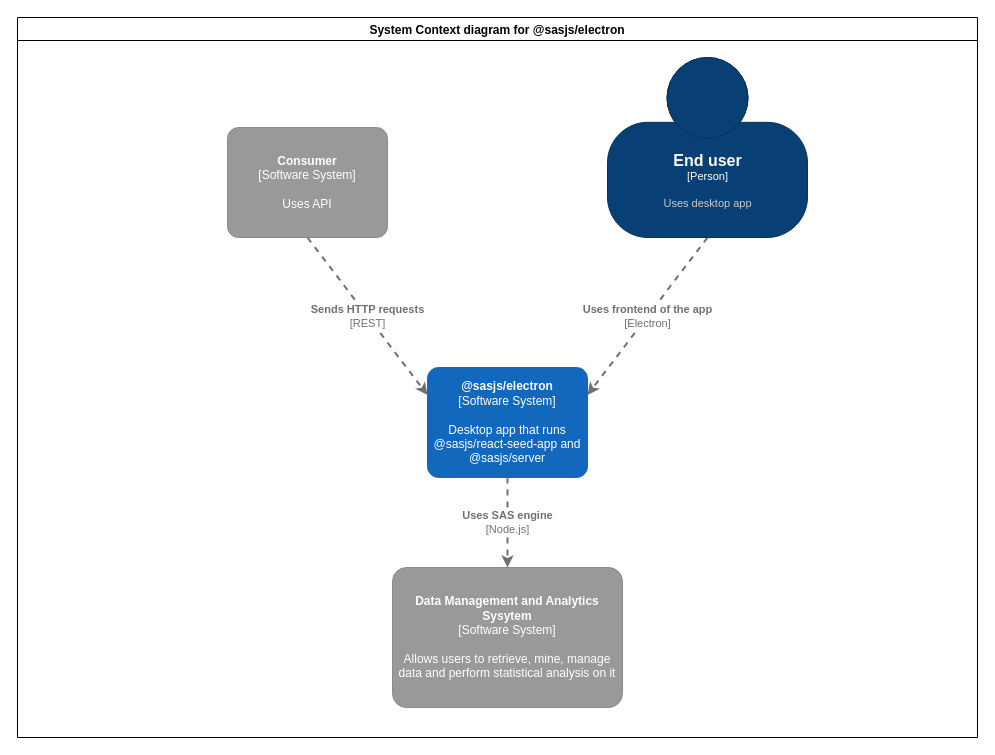
The draw.io diagram page "Context" (2 of 4) of c4model.drawio in sasjs/electron, before the edit. Source tidied: cells renumbered, new cells numbered last; positions are measured from the earlier drawing's top-left corner, leaving out a move shared by most shapes. Both pictures are drawn from the tidied source at 100%, with x=0, y=0 at pixel (17, 17).
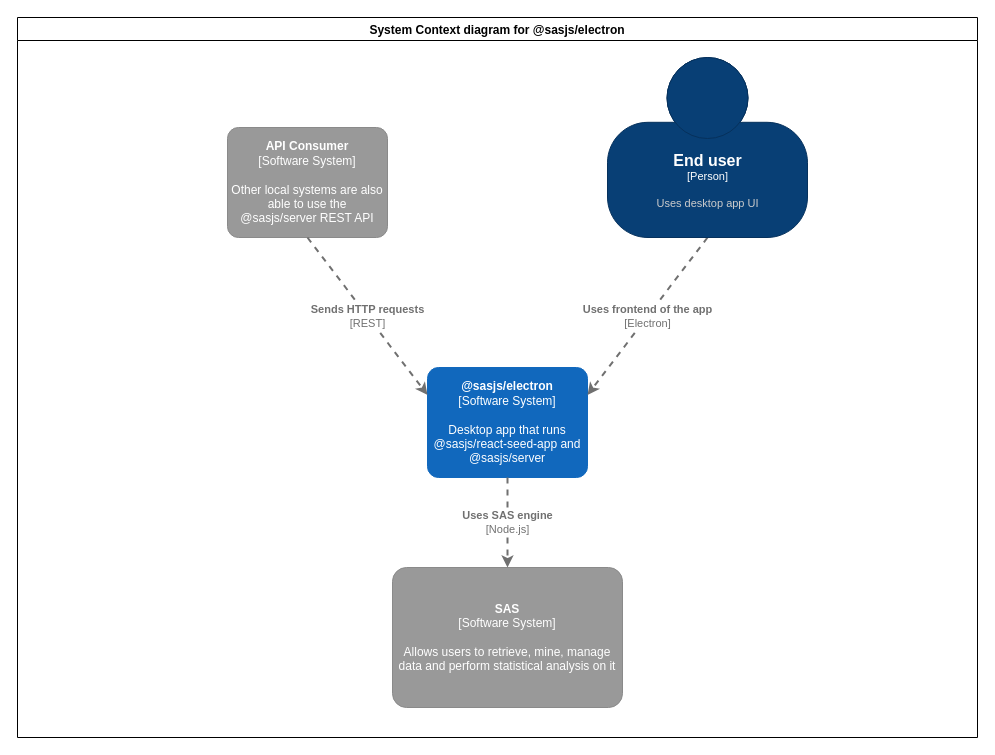
Above is the later version.

What changed in the source:
```diff
@@
 <mxGraphModel>
   <root>
     <mxCell id="0" />
     <mxCell id="1" parent="0" />
     <mxCell id="2" value="System Context diagram for @sasjs/electron" style="swimlane;" parent="1" vertex="1">
       <mxGeometry width="960" height="720" as="geometry" />
     </mxCell>
     <object id="3" label="&lt;b&gt;%c4Name%&lt;/b&gt;&lt;div&gt;[%c4Type%]&lt;/div&gt;&lt;br&gt;&lt;div&gt;%c4Description%&lt;/div&gt;" c4Description="Desktop app that runs @sasjs/react-seed-app and @sasjs/server" c4Name="@sasjs/electron" c4Type="Software System" placeholders="1">
       <mxCell style="rounded=1;whiteSpace=wrap;html=1;labelBackgroundColor=none;fillColor=#1168BD;fontColor=#ffffff;align=center;arcSize=10;strokeColor=#1168BD;metaData={&quot;c4Type&quot;:{&quot;editable&quot;:false}};points=[[0.25,0,0],[0.5,0,0],[0.75,0,0],[1,0.25,0],[1,0.5,0],[1,0.75,0],[0.75,1,0],[0.5,1,0],[0.25,1,0],[0,0.75,0],[0,0.5,0],[0,0.25,0]];" parent="2" vertex="1">
         <mxGeometry x="410" y="350" width="160" height="110" as="geometry" />
       </mxCell>
     </object>
     <object id="4" label="&lt;div style=&quot;text-align: left&quot;&gt;&lt;div style=&quot;text-align: center&quot;&gt;&lt;b&gt;%c4Description%&lt;/b&gt;&lt;/div&gt;&lt;div style=&quot;text-align: center&quot;&gt;[%c4Technology%]&lt;/div&gt;&lt;/div&gt;" c4Description="Uses frontend of the app" c4Technology="Electron" placeholders="1">
       <mxCell style="edgeStyle=none;rounded=0;html=1;jettySize=auto;strokeColor=#707070;strokeWidth=2;fontColor=#707070;jumpStyle=none;dashed=1;metaData={&quot;c4Type&quot;:{&quot;editable&quot;:false}};exitX=0.5;exitY=1;exitDx=0;exitDy=0;exitPerimeter=0;entryX=1;entryY=0.25;entryDx=0;entryDy=0;entryPerimeter=0;" parent="2" edge="1" source="5" target="3">
         <mxGeometry relative="1" as="geometry" />
       </mxCell>
     </object>
-    <object id="5" label="&lt;font style=&quot;font-size: 16px&quot;&gt;&lt;b&gt;%c4Name%&lt;/b&gt;&lt;/font&gt;&lt;div&gt;[%c4Type%]&lt;/div&gt;&lt;br&gt;&lt;div&gt;&lt;font style=&quot;font-size: 11px&quot;&gt;&lt;font color=&quot;#cccccc&quot;&gt;%c4Description%&lt;/font&gt;&lt;/div&gt;" c4Description="Uses desktop app" c4Name="End user" c4Type="Person" placeholders="1">
+    <object id="5" label="&lt;font style=&quot;font-size: 16px&quot;&gt;&lt;b&gt;%c4Name%&lt;/b&gt;&lt;/font&gt;&lt;div&gt;[%c4Type%]&lt;/div&gt;&lt;br&gt;&lt;div&gt;&lt;font style=&quot;font-size: 11px&quot;&gt;&lt;font color=&quot;#cccccc&quot;&gt;%c4Description%&lt;/font&gt;&lt;/div&gt;" c4Description="Uses desktop app UI" c4Name="End user" c4Type="Person" placeholders="1">
       <mxCell style="html=1;fontSize=11;dashed=0;whitespace=wrap;fillColor=#083F75;strokeColor=#06315C;fontColor=#ffffff;shape=mxgraph.c4.person2;align=center;points=[[0.5,0,0],[1,0.5,0],[1,0.75,0],[0.75,1,0],[0.5,1,0],[0.25,1,0],[0,0.75,0],[0,0.5,0]];" parent="2" vertex="1">
         <mxGeometry x="590" y="40" width="200" height="180" as="geometry" />
       </mxCell>
     </object>
-    <object id="6" label="&lt;b&gt;%c4Name%&lt;/b&gt;&lt;div&gt;[%c4Type%]&lt;/div&gt;&lt;br&gt;&lt;div&gt;%c4Description%&lt;/div&gt;" c4Description="Uses API" c4Name="Consumer" c4Type="Software System" placeholders="1">
+    <object id="6" label="&lt;b&gt;%c4Name%&lt;/b&gt;&lt;div&gt;[%c4Type%]&lt;/div&gt;&lt;br&gt;&lt;div&gt;%c4Description%&lt;/div&gt;" c4Description="Other local systems are also able to use the @sasjs/server REST API" c4Name="API Consumer" c4Type="Software System" placeholders="1">
       <mxCell style="rounded=1;whiteSpace=wrap;html=1;labelBackgroundColor=none;fillColor=#999999;fontColor=#ffffff;align=center;arcSize=10;strokeColor=#8A8A8A;metaData={&quot;c4Type&quot;:{&quot;editable&quot;:false}};points=[[0.25,0,0],[0.5,0,0],[0.75,0,0],[1,0.25,0],[1,0.5,0],[1,0.75,0],[0.75,1,0],[0.5,1,0],[0.25,1,0],[0,0.75,0],[0,0.5,0],[0,0.25,0]];" parent="2" vertex="1">
         <mxGeometry x="210" y="110" width="160" height="110" as="geometry" />
       </mxCell>
     </object>
     <object id="7" label="&lt;div style=&quot;text-align: left&quot;&gt;&lt;div style=&quot;text-align: center&quot;&gt;&lt;b&gt;%c4Description%&lt;/b&gt;&lt;/div&gt;&lt;div style=&quot;text-align: center&quot;&gt;[%c4Technology%]&lt;/div&gt;&lt;/div&gt;" c4Description="Sends HTTP requests" c4Technology="REST" placeholders="1">
       <mxCell style="edgeStyle=none;rounded=0;html=1;jettySize=auto;strokeColor=#707070;strokeWidth=2;fontColor=#707070;jumpStyle=none;dashed=1;metaData={&quot;c4Type&quot;:{&quot;editable&quot;:false}};entryX=0;entryY=0.25;entryDx=0;entryDy=0;entryPerimeter=0;exitX=0.5;exitY=1;exitDx=0;exitDy=0;exitPerimeter=0;" parent="2" edge="1" source="6" target="3">
         <mxGeometry relative="1" as="geometry" />
       </mxCell>
     </object>
-    <object id="8" label="&lt;b&gt;%c4Name%&lt;/b&gt;&lt;div&gt;[%c4Type%]&lt;/div&gt;&lt;br&gt;&lt;div&gt;%c4Description%&lt;/div&gt;" c4Description="Allows users to retrieve, mine, manage data and perform statistical analysis on it" c4Name="Data Management and Analytics Sysytem" c4Type="Software System" placeholders="1">
+    <object id="8" label="&lt;b&gt;%c4Name%&lt;/b&gt;&lt;div&gt;[%c4Type%]&lt;/div&gt;&lt;br&gt;&lt;div&gt;%c4Description%&lt;/div&gt;" c4Description="Allows users to retrieve, mine, manage data and perform statistical analysis on it" c4Name="SAS" c4Type="Software System" placeholders="1">
       <mxCell style="rounded=1;whiteSpace=wrap;html=1;labelBackgroundColor=none;fillColor=#999999;fontColor=#ffffff;align=center;arcSize=10;strokeColor=#8A8A8A;metaData={&quot;c4Type&quot;:{&quot;editable&quot;:false}};points=[[0.25,0,0],[0.5,0,0],[0.75,0,0],[1,0.25,0],[1,0.5,0],[1,0.75,0],[0.75,1,0],[0.5,1,0],[0.25,1,0],[0,0.75,0],[0,0.5,0],[0,0.25,0]];" parent="2" vertex="1">
         <mxGeometry x="375" y="550" width="230" height="140" as="geometry" />
       </mxCell>
     </object>
     <object id="9" label="&lt;div style=&quot;text-align: left&quot;&gt;&lt;div style=&quot;text-align: center&quot;&gt;&lt;b&gt;%c4Description%&lt;/b&gt;&lt;/div&gt;&lt;div style=&quot;text-align: center&quot;&gt;[%c4Technology%]&lt;/div&gt;&lt;/div&gt;" c4Description="Uses SAS engine" c4Technology="Node.js" placeholders="1">
       <mxCell style="edgeStyle=none;rounded=0;html=1;jettySize=auto;strokeColor=#707070;strokeWidth=2;fontColor=#707070;jumpStyle=none;dashed=1;metaData={&quot;c4Type&quot;:{&quot;editable&quot;:false}};exitX=0.5;exitY=1;exitDx=0;exitDy=0;exitPerimeter=0;entryX=0.5;entryY=0;entryDx=0;entryDy=0;entryPerimeter=0;" parent="2" edge="1" source="3" target="8">
         <mxGeometry relative="1" as="geometry" />
       </mxCell>
     </object>
   </root>
 </mxGraphModel>
```
